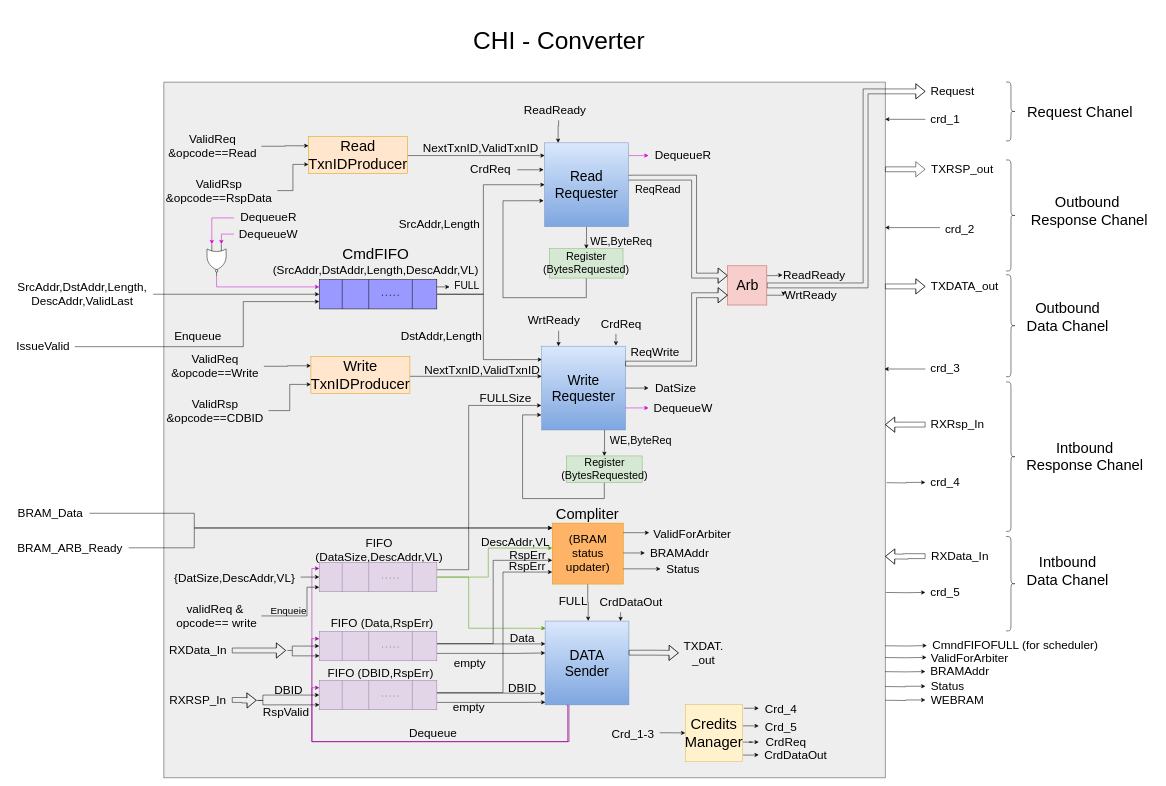
This is page "Αντιγραφή από Σελίδα-1" (1 of 5) of chi-Doc-Draw/DMA/Drawings/chi-conv.drawio from akourkoulos/Chi-DMA, a draw.io file, before an edit. Source tidied: cells renumbered, new cells numbered last; positions are measured from the earlier drawing's top-left corner, leaving out a move shared by most shapes. Both pictures are drawn from the tidied source at 49%, with x=0, y=0 at pixel (11, 23).
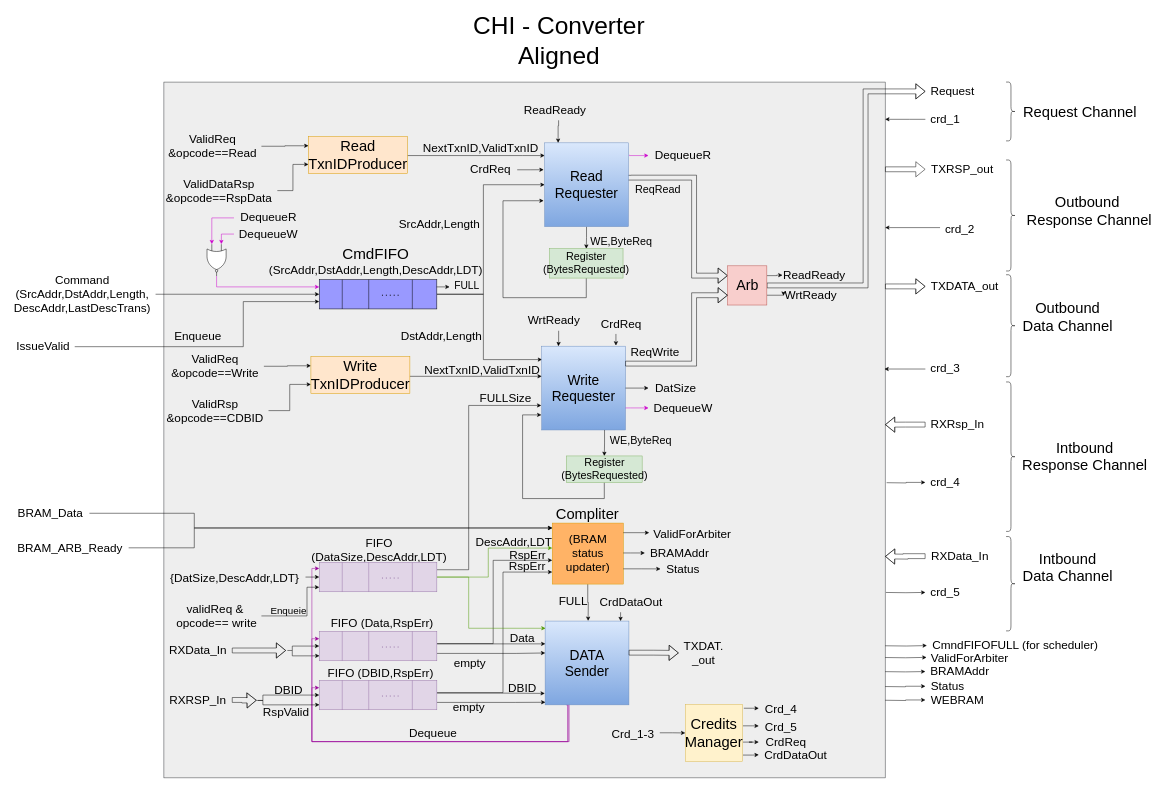
Above is the later version.

Diff of the diagram source:
```diff
@@
-    <mxCell id="9" value="&lt;font style=&quot;font-size: 31px;&quot;&gt;CmdFIFO &lt;/font&gt;&lt;br&gt;(SrcAddr,DstAddr,Length,DescAddr,VL)" style="text;html=1;align=center;verticalAlign=middle;strokeColor=none;fillColor=none;fontSize=24;" parent="1" vertex="1">
-      <mxGeometry x="524" y="445.2" width="440" height="80" as="geometry" />
+    <mxCell id="9" value="&lt;font style=&quot;font-size: 31px;&quot;&gt;CmdFIFO &lt;/font&gt;&lt;br&gt;(SrcAddr,DstAddr,Length,DescAddr,LDT)" style="text;html=1;align=center;verticalAlign=middle;strokeColor=none;fillColor=none;fontSize=24;" parent="1" vertex="1">
+      <mxGeometry x="514" y="445.2" width="460" height="80" as="geometry" />
     </mxCell>
@@
-    <mxCell id="16" value="SrcAddr,DstAddr,Length,&lt;br&gt;DescAddr,ValidLast" style="text;html=1;align=center;verticalAlign=middle;points=[];strokeColor=none;fillColor=none;fontSize=24;" parent="1" vertex="1">
-      <mxGeometry y="518" width="290" height="70" as="geometry" />
+    <mxCell id="16" value="Command&lt;br&gt;(SrcAddr,DstAddr,Length,&lt;br&gt;DescAddr,LastDescTrans)" style="text;html=1;align=center;verticalAlign=middle;points=[];strokeColor=none;fillColor=none;fontSize=24;" parent="1" vertex="1">
+      <mxGeometry x="-5" y="503" width="300" height="100" as="geometry" />
     </mxCell>
@@
-    <mxCell id="33" value="&lt;font style=&quot;font-size: 30px;&quot;&gt;Request Chanel&lt;/font&gt;" style="text;html=1;align=center;verticalAlign=middle;strokeColor=none;fillColor=none;fontSize=24;" parent="1" vertex="1">
-      <mxGeometry x="2060.7" y="156" width="240" height="50" as="geometry" />
+    <mxCell id="33" value="&lt;font style=&quot;font-size: 30px;&quot;&gt;Request Channel&lt;/font&gt;" style="text;html=1;align=center;verticalAlign=middle;strokeColor=none;fillColor=none;fontSize=24;" parent="1" vertex="1">
+      <mxGeometry x="2050.7" y="156" width="260" height="50" as="geometry" />
     </mxCell>
-    <mxCell id="34" value="&lt;font style=&quot;font-size: 30px;&quot;&gt;Outbound&lt;br&gt;&amp;nbsp;Response Chanel&lt;/font&gt;" style="text;html=1;align=center;verticalAlign=middle;strokeColor=none;fillColor=none;fontSize=24;" parent="1" vertex="1">
-      <mxGeometry x="2060.7" y="338" width="270" height="90" as="geometry" />
+    <mxCell id="34" value="&lt;font style=&quot;font-size: 30px;&quot;&gt;Outbound&lt;br&gt;&amp;nbsp;Response Channel&lt;/font&gt;" style="text;html=1;align=center;verticalAlign=middle;strokeColor=none;fillColor=none;fontSize=24;" parent="1" vertex="1">
+      <mxGeometry x="2050.7" y="338" width="290" height="90" as="geometry" />
     </mxCell>
-    <mxCell id="35" value="&lt;font style=&quot;font-size: 30px;&quot;&gt;Outbound&lt;br&gt;Data Chanel&lt;/font&gt;" style="text;html=1;align=center;verticalAlign=middle;strokeColor=none;fillColor=none;fontSize=24;" parent="1" vertex="1">
-      <mxGeometry x="2060.7" y="553.8" width="190" height="90" as="geometry" />
+    <mxCell id="35" value="&lt;font style=&quot;font-size: 30px;&quot;&gt;Outbound&lt;br&gt;Data Channel&lt;/font&gt;" style="text;html=1;align=center;verticalAlign=middle;strokeColor=none;fillColor=none;fontSize=24;" parent="1" vertex="1">
+      <mxGeometry x="2050.7" y="553.8" width="210" height="90" as="geometry" />
     </mxCell>
-    <mxCell id="36" value="&lt;font style=&quot;font-size: 30px;&quot;&gt;Intbound&lt;br&gt;Response Chanel&lt;/font&gt;" style="text;html=1;align=center;verticalAlign=middle;strokeColor=none;fillColor=none;fontSize=24;" parent="1" vertex="1">
-      <mxGeometry x="2060.7" y="839" width="260" height="90" as="geometry" />
+    <mxCell id="36" value="&lt;font style=&quot;font-size: 30px;&quot;&gt;Intbound&lt;br&gt;Response Channel&lt;/font&gt;" style="text;html=1;align=center;verticalAlign=middle;strokeColor=none;fillColor=none;fontSize=24;" parent="1" vertex="1">
+      <mxGeometry x="2050.7" y="839" width="280" height="90" as="geometry" />
     </mxCell>
-    <mxCell id="37" value="&lt;font style=&quot;font-size: 30px;&quot;&gt;Intbound&lt;br&gt;Data Chanel&lt;/font&gt;" style="text;html=1;align=center;verticalAlign=middle;strokeColor=none;fillColor=none;fontSize=24;" parent="1" vertex="1">
-      <mxGeometry x="2060.7" y="1072.5" width="190" height="90" as="geometry" />
+    <mxCell id="37" value="&lt;font style=&quot;font-size: 30px;&quot;&gt;Intbound&lt;br&gt;Data Channel&lt;/font&gt;" style="text;html=1;align=center;verticalAlign=middle;strokeColor=none;fillColor=none;fontSize=24;" parent="1" vertex="1">
+      <mxGeometry x="2050.7" y="1064.5" width="210" height="90" as="geometry" />
     </mxCell>
-    <mxCell id="38" value="&lt;font style=&quot;font-size: 50px;&quot;&gt;CHI - Converter&lt;/font&gt;" style="text;html=1;align=center;verticalAlign=middle;strokeColor=none;fillColor=none;fontSize=30;" parent="1" vertex="1">
-      <mxGeometry x="932.5" width="370" height="70" as="geometry" />
+    <mxCell id="38" value="&lt;font style=&quot;font-size: 50px;&quot;&gt;CHI - Converter&lt;br&gt;Aligned&lt;br&gt;&lt;/font&gt;" style="text;html=1;align=center;verticalAlign=middle;strokeColor=none;fillColor=none;fontSize=30;" parent="1" vertex="1">
+      <mxGeometry x="932.5" y="-30" width="370" height="130" as="geometry" />
     </mxCell>
@@
-    <mxCell id="89" value="FIFO &lt;br&gt;(DataSize,DescAddr,VL)" style="text;html=1;align=center;verticalAlign=middle;strokeColor=none;fillColor=none;fontSize=24;" parent="1" vertex="1">
-      <mxGeometry x="611" y="1039.5" width="280" height="70" as="geometry" />
+    <mxCell id="89" value="FIFO &lt;br&gt;(DataSize,DescAddr,LDT)" style="text;html=1;align=center;verticalAlign=middle;strokeColor=none;fillColor=none;fontSize=24;" parent="1" vertex="1">
+      <mxGeometry x="601" y="1039.5" width="300" height="70" as="geometry" />
     </mxCell>
@@
-    <mxCell id="110" value="&lt;span style=&quot;font-size: 24px;&quot;&gt;DescAddr,VL&lt;/span&gt;" style="text;html=1;align=center;verticalAlign=middle;strokeColor=none;fillColor=none;fontSize=31;" parent="1" vertex="1">
-      <mxGeometry x="949" y="1030.5" width="160" height="50" as="geometry" />
+    <mxCell id="110" value="&lt;span style=&quot;font-size: 24px;&quot;&gt;DescAddr,LDT&lt;/span&gt;" style="text;html=1;align=center;verticalAlign=middle;strokeColor=none;fillColor=none;fontSize=31;" parent="1" vertex="1">
+      <mxGeometry x="936" y="1030.5" width="180" height="50" as="geometry" />
     </mxCell>
@@
-    <mxCell id="113" value="{DatSize,DescAddr,VL}" style="text;html=1;align=center;verticalAlign=middle;points=[];strokeColor=none;fillColor=none;fontSize=24;" parent="1" vertex="1">
-      <mxGeometry x="321" y="1112" width="270" height="40" as="geometry" />
+    <mxCell id="113" value="{DatSize,DescAddr,LDT}" style="text;html=1;align=center;verticalAlign=middle;points=[];strokeColor=none;fillColor=none;fontSize=24;" parent="1" vertex="1">
+      <mxGeometry x="311" y="1112" width="290" height="40" as="geometry" />
     </mxCell>
@@
-    <mxCell id="160" value="ValidRsp&lt;br&gt;&amp;amp;opcode==RspData" style="text;html=1;align=center;verticalAlign=middle;points=[];strokeColor=none;fillColor=none;fontSize=24;" parent="1" vertex="1">
+    <mxCell id="160" value="ValidDataRsp&lt;br&gt;&amp;amp;opcode==RspData" style="text;html=1;align=center;verticalAlign=middle;points=[];strokeColor=none;fillColor=none;fontSize=24;" parent="1" vertex="1">
       <mxGeometry x="303.5" y="306.5" width="240" height="70" as="geometry" />
     </mxCell>
```
